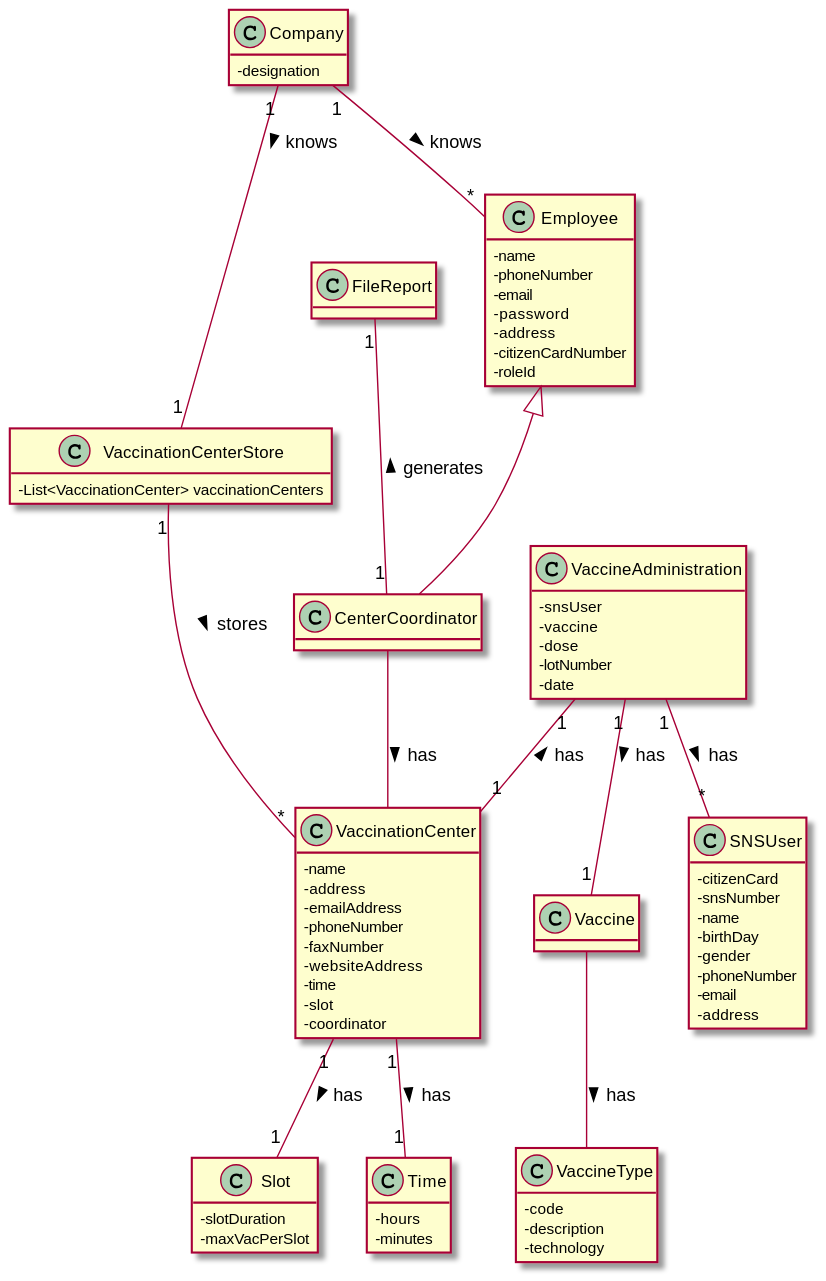
Before: docs/SprintD/US15/DM/US15_DM.svg, a diagram exported from PlantUML (miseEnPlace-i/lapr2).
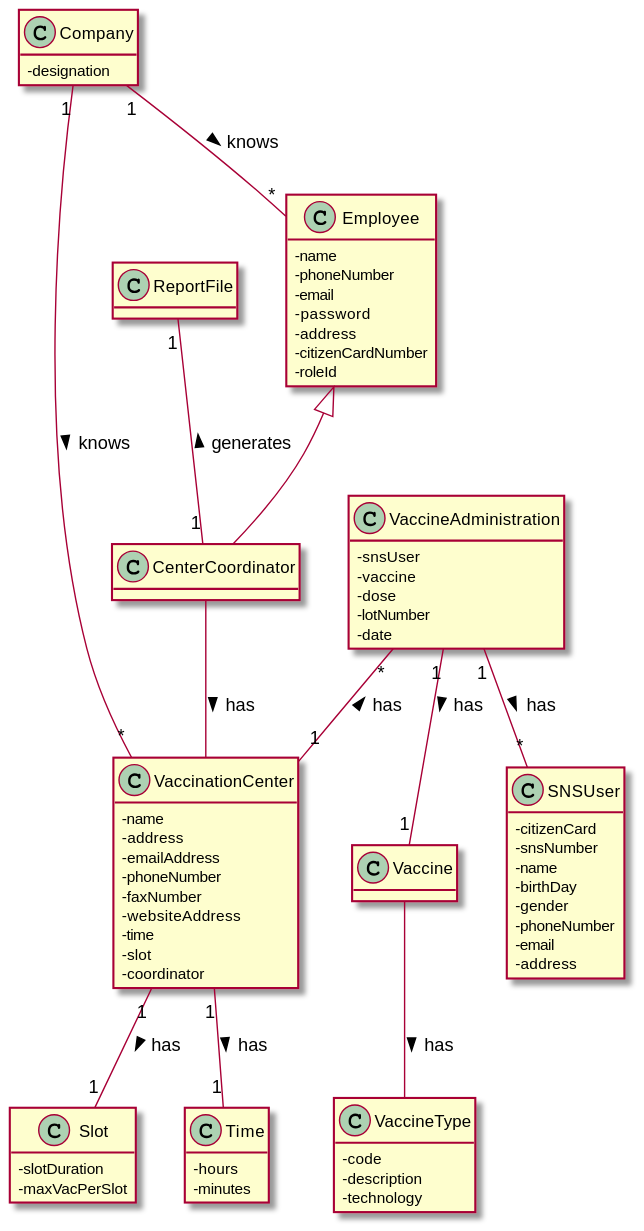
After the commit.

The edit, as a diff of the source:
```diff
@@ -30,10 +30,6 @@
   -coordinator
 }
 
-class VaccinationCenterStore {
-  -List<VaccinationCenter> vaccinationCenters
-}
-
 class Time {
   -hours
   -minutes
@@ -63,7 +59,7 @@
   - address
 }
 
-class FileReport {}
+class ReportFile {}
 
 class Vaccine {}
 
@@ -78,12 +74,11 @@
 CenterCoordinator -- VaccinationCenter : has >
 VaccinationCenter "1" -- "1" Time : has >
 VaccinationCenter "1"-- "1" Slot : has >
-VaccinationCenterStore "1" -- "*" VaccinationCenter : stores >
-Company "1" -- "1" VaccinationCenterStore : knows >
-FileReport "1" -- "1" CenterCoordinator : generates <
-VaccineAdministration "1" -- "1" VaccinationCenter : has <
+ReportFile "1" -- "1" CenterCoordinator : generates <
+VaccineAdministration "*" -- "1" VaccinationCenter : has <
 VaccineAdministration "1" -- "*" SNSUser : has >
 VaccineAdministration "1" -- "1" Vaccine : has >
 Vaccine -- VaccineType : has >
+Company "1" -- "*" VaccinationCenter : knows >
 
 @enduml
```
